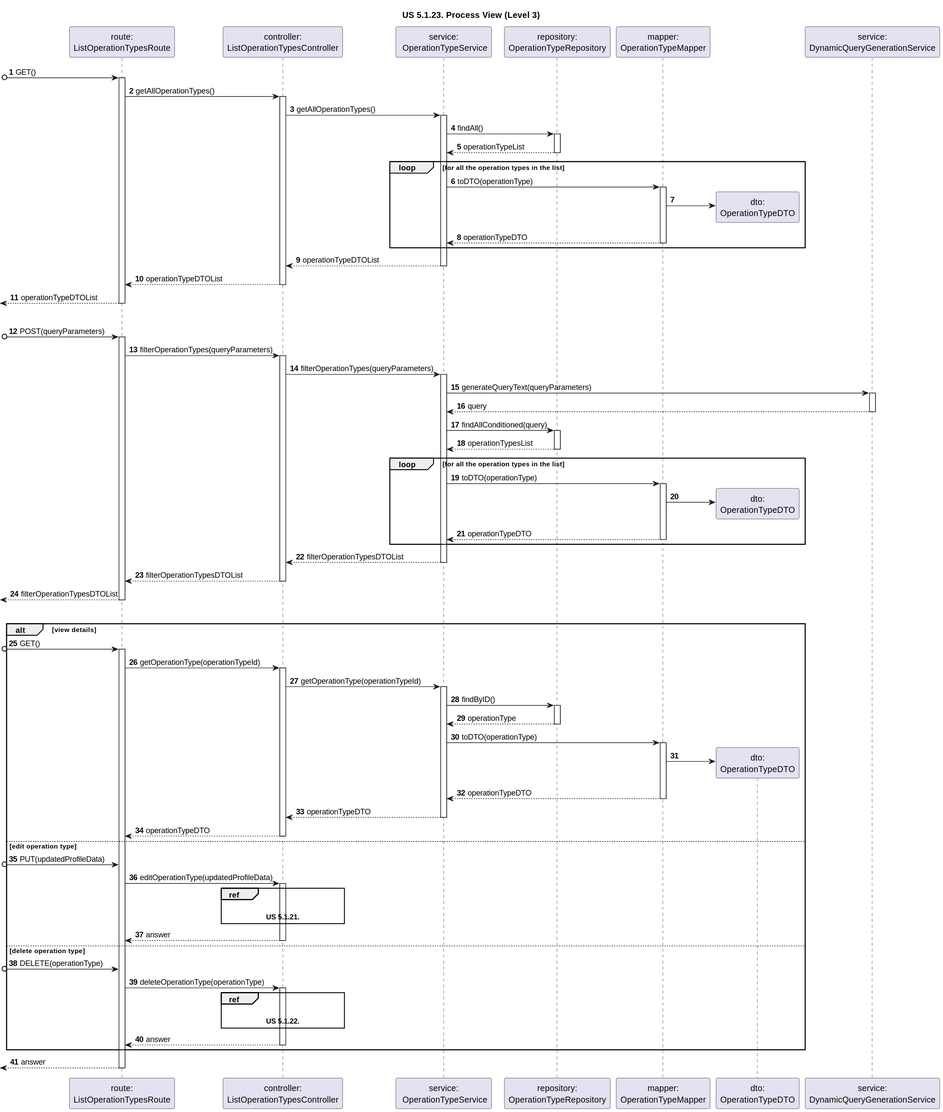
Above: docs/sprint-1/1221933/us-5.1.23/diagrams/n3/process-view-nivel3.svg in rita-barbosa/LAPR5-2425 (PlantUML), before the change.
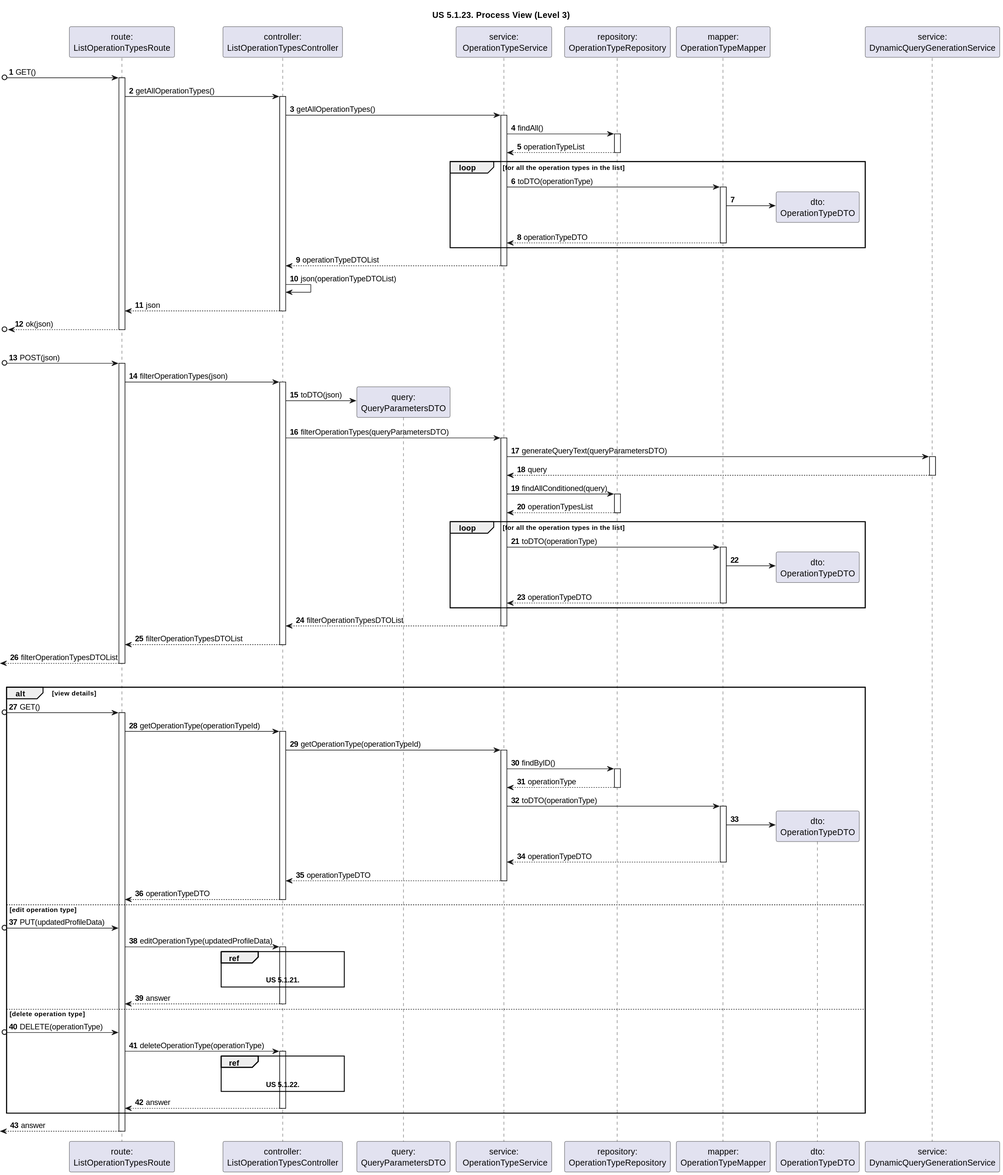
Above is the later version.

Commit message:
DG38-125 | docs: updates design diagrams (process view diagrams for level 3) for us-5.1.23.

The edit, as a diff of the source:
```diff
@@ -5,6 +5,7 @@
 
 participant "route:\nListOperationTypesRoute" as ROUTE
 participant "controller:\nListOperationTypesController" as CTRL
+participant "query:\nQueryParametersDTO" as QueryDTO
 participant "service:\n OperationTypeService" as SER
 participant "repository:\nOperationTypeRepository" as REPO
 participant "mapper:\nOperationTypeMapper" as MAPPER
@@ -41,24 +42,28 @@
 deactivate SER
 
 
-CTRL --> ROUTE : operationTypeDTOList
+CTRL -> CTRL : json(operationTypeDTOList)
+
+CTRL --> ROUTE : json
 deactivate CTRL
 
-<-- ROUTE : operationTypeDTOList
+[o<-- ROUTE : ok(json)
 deactivate ROUTE
 
 |||
 
-[o-> ROUTE : POST(queryParameters)
+[o-> ROUTE : POST(json)
 activate ROUTE
 
-ROUTE -> CTRL : filterOperationTypes(queryParameters)
+ROUTE -> CTRL : filterOperationTypes(json)
 activate CTRL
 
-CTRL -> SER : filterOperationTypes(queryParameters)
+CTRL -> QueryDTO ** : toDTO(json)
+
+CTRL -> SER : filterOperationTypes(queryParametersDTO)
 activate SER
 
-SER -> QUERYServ : generateQueryText(queryParameters)
+SER -> QUERYServ : generateQueryText(queryParametersDTO)
 activate QUERYServ
 
 QUERYServ --> SER : query
```
